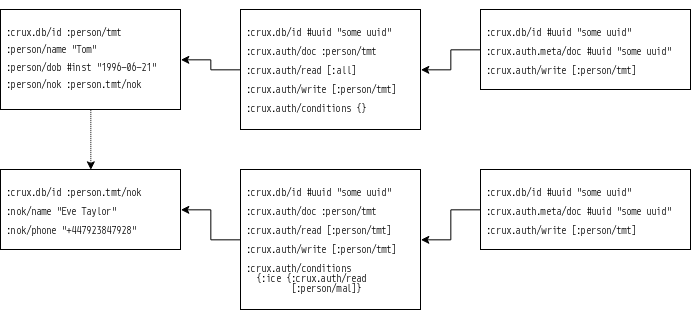
Before: crux-auth/resources/crux-auth.png, a diagram exported from draw.io (refset/xtdb). Source tidied: cells renumbered, new cells last; positions are measured from the earlier drawing's top-left corner, leaving out a move shared by most shapes. Source of this version:
```xml
<mxGraphModel>
  <root>
    <mxCell id="0" />
    <mxCell id="1" parent="0" />
    <mxCell id="2" style="edgeStyle=orthogonalEdgeStyle;rounded=0;jettySize=auto;html=1;exitX=0.5;exitY=1;exitDx=0;exitDy=0;entryX=0.5;entryY=0;entryDx=0;entryDy=0;dashed=1;dashPattern=1 1;" parent="1" edge="1" source="3" target="4">
      <mxGeometry relative="1" as="geometry" />
    </mxCell>
    <mxCell id="3" value="&lt;div style=&quot;font-size: 8px&quot;&gt;&lt;pre&gt;&lt;font style=&quot;font-size: 8px&quot;&gt;&lt;br&gt;&lt;br&gt;:crux.db/id :person/tmt&lt;/font&gt;&lt;/pre&gt;&lt;/div&gt;&lt;div style=&quot;font-size: 8px&quot;&gt;&lt;pre&gt;&lt;font style=&quot;font-size: 8px&quot;&gt;:person/name &quot;Tom&quot;&lt;/font&gt;&lt;/pre&gt;&lt;/div&gt;&lt;div style=&quot;font-size: 8px&quot;&gt;&lt;pre&gt;&lt;font style=&quot;font-size: 8px&quot;&gt;:person/dob #inst &quot;1996-06-21&quot;&lt;/font&gt;&lt;/pre&gt;&lt;/div&gt;&lt;div style=&quot;font-size: 8px&quot;&gt;&lt;pre&gt;&lt;font style=&quot;font-size: 8px&quot;&gt;:person/nok :person.tmt/nok&lt;/font&gt;&lt;/pre&gt;&lt;/div&gt;" style="text;html=1;spacing=5;spacingTop=-20;whiteSpace=wrap;overflow=hidden;rounded=0;strokeColor=#000000;fillColor=#ffffff;" parent="1" vertex="1">
      <mxGeometry width="180" height="100" as="geometry" />
    </mxCell>
    <mxCell id="4" value="&lt;div style=&quot;font-size: 8px&quot;&gt;&lt;pre&gt;&lt;font style=&quot;font-size: 8px&quot;&gt;&lt;br&gt;&lt;br&gt;:crux.db/id :person.tmt/nok&lt;br&gt;&lt;br&gt;:nok/name &quot;Eve Taylor&quot;&lt;br&gt;&lt;br&gt;:nok/phone &quot;+447923847928&quot;&lt;br&gt;&lt;/font&gt;&lt;/pre&gt;&lt;/div&gt;" style="text;html=1;spacing=5;spacingTop=-20;whiteSpace=wrap;overflow=hidden;rounded=0;strokeColor=#000000;fillColor=#ffffff;" parent="1" vertex="1">
      <mxGeometry y="160" width="180" height="80" as="geometry" />
    </mxCell>
    <mxCell id="5" style="edgeStyle=orthogonalEdgeStyle;rounded=0;jettySize=auto;html=1;exitX=0;exitY=0.5;exitDx=0;exitDy=0;entryX=1;entryY=0.5;entryDx=0;entryDy=0;" parent="1" edge="1" source="6" target="3">
      <mxGeometry relative="1" as="geometry" />
    </mxCell>
    <mxCell id="6" value="&lt;div style=&quot;font-size: 8px&quot;&gt;&lt;pre&gt;&lt;font style=&quot;font-size: 8px&quot;&gt;&lt;br&gt;&lt;br&gt;:crux.db/id #uuid &quot;some uuid&quot;&lt;br&gt;&lt;br&gt;:crux.auth/doc :person/tmt&lt;br&gt;&lt;br&gt;:crux.auth/read [:all]&lt;br&gt;&lt;br&gt;:crux.auth/write [:person/tmt]&lt;br&gt;&lt;br&gt;:crux.auth/conditions {}&lt;br&gt;&lt;/font&gt;&lt;/pre&gt;&lt;/div&gt;" style="text;html=1;spacing=5;spacingTop=-20;whiteSpace=wrap;overflow=hidden;rounded=0;strokeColor=#000000;fillColor=#ffffff;" parent="1" vertex="1">
      <mxGeometry x="240" width="180" height="120" as="geometry" />
    </mxCell>
    <mxCell id="7" style="edgeStyle=orthogonalEdgeStyle;rounded=0;jettySize=auto;html=1;exitX=0;exitY=0.5;exitDx=0;exitDy=0;entryX=1;entryY=0.5;entryDx=0;entryDy=0;" parent="1" edge="1" source="8" target="4">
      <mxGeometry relative="1" as="geometry" />
    </mxCell>
    <mxCell id="8" value="&lt;div style=&quot;font-size: 8px&quot;&gt;&lt;pre&gt;&lt;font style=&quot;font-size: 8px&quot;&gt;&lt;br&gt;&lt;br&gt;:crux.db/id #uuid &quot;some uuid&quot;&lt;br&gt;&lt;br&gt;:crux.auth/doc :person/tmt&lt;br&gt;&lt;br&gt;:crux.auth/read [:person/tmt]&lt;br&gt;&lt;br&gt;:crux.auth/write [:person/tmt]&lt;br&gt;&lt;br&gt;:crux.auth/conditions&lt;br&gt;  {:ice {:crux.auth/read&lt;br&gt;         [:person/mal]}&lt;br&gt;&lt;/font&gt;&lt;/pre&gt;&lt;/div&gt;" style="text;html=1;spacing=5;spacingTop=-20;whiteSpace=wrap;overflow=hidden;rounded=0;strokeColor=#000000;fillColor=#ffffff;" parent="1" vertex="1">
      <mxGeometry x="240" y="160" width="180" height="140" as="geometry" />
    </mxCell>
    <mxCell id="9" style="edgeStyle=orthogonalEdgeStyle;rounded=0;jettySize=auto;html=1;exitX=0;exitY=0.5;exitDx=0;exitDy=0;entryX=1;entryY=0.5;entryDx=0;entryDy=0;" parent="1" edge="1" source="10" target="6">
      <mxGeometry relative="1" as="geometry" />
    </mxCell>
    <mxCell id="10" value="&lt;div style=&quot;font-size: 8px&quot;&gt;&lt;pre&gt;&lt;font style=&quot;font-size: 8px&quot;&gt;&lt;br&gt;&lt;br&gt;:crux.db/id #uuid &quot;some uuid&quot;&lt;br&gt;&lt;br&gt;:crux.auth.meta/doc #uuid &quot;some uuid&quot;&lt;br&gt;&lt;br&gt;:crux.auth/write [:person/tmt]&lt;br&gt;&lt;/font&gt;&lt;/pre&gt;&lt;/div&gt;" style="text;html=1;spacing=5;spacingTop=-20;whiteSpace=wrap;overflow=hidden;rounded=0;strokeColor=#000000;fillColor=#ffffff;" parent="1" vertex="1">
      <mxGeometry x="480" width="210" height="80" as="geometry" />
    </mxCell>
    <mxCell id="11" style="edgeStyle=orthogonalEdgeStyle;rounded=0;jettySize=auto;html=1;exitX=0;exitY=0.5;exitDx=0;exitDy=0;entryX=1;entryY=0.5;entryDx=0;entryDy=0;" parent="1" edge="1" source="12" target="8">
      <mxGeometry relative="1" as="geometry" />
    </mxCell>
    <mxCell id="12" value="&lt;div style=&quot;font-size: 8px&quot;&gt;&lt;pre&gt;&lt;font style=&quot;font-size: 8px&quot;&gt;&lt;br&gt;&lt;br&gt;:crux.db/id #uuid &quot;some uuid&quot;&lt;br&gt;&lt;br&gt;:crux.auth.meta/doc #uuid &quot;some uuid&quot;&lt;br&gt;&lt;br&gt;:crux.auth/write [:person/tmt]&lt;br&gt;&lt;/font&gt;&lt;/pre&gt;&lt;/div&gt;" style="text;html=1;spacing=5;spacingTop=-20;whiteSpace=wrap;overflow=hidden;rounded=0;strokeColor=#000000;fillColor=#ffffff;" parent="1" vertex="1">
      <mxGeometry x="480" y="160" width="210" height="80" as="geometry" />
    </mxCell>
  </root>
</mxGraphModel>
```
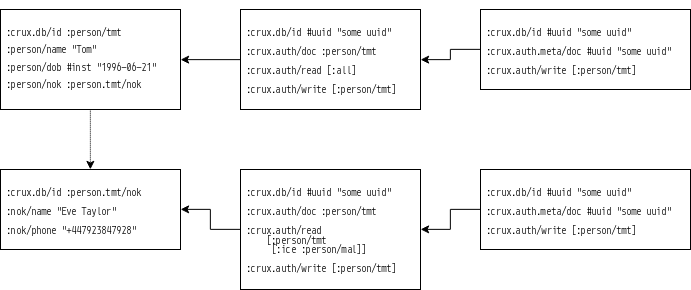
After the commit.

Commit message:
Correct ex structure fix querying with conditions

Change to the diagram source:
```diff
@@ -14,14 +14,14 @@
     <mxCell id="5" style="edgeStyle=orthogonalEdgeStyle;rounded=0;jettySize=auto;html=1;exitX=0;exitY=0.5;exitDx=0;exitDy=0;entryX=1;entryY=0.5;entryDx=0;entryDy=0;" parent="1" edge="1" source="6" target="3">
       <mxGeometry relative="1" as="geometry" />
     </mxCell>
-    <mxCell id="6" value="&lt;div style=&quot;font-size: 8px&quot;&gt;&lt;pre&gt;&lt;font style=&quot;font-size: 8px&quot;&gt;&lt;br&gt;&lt;br&gt;:crux.db/id #uuid &quot;some uuid&quot;&lt;br&gt;&lt;br&gt;:crux.auth/doc :person/tmt&lt;br&gt;&lt;br&gt;:crux.auth/read [:all]&lt;br&gt;&lt;br&gt;:crux.auth/write [:person/tmt]&lt;br&gt;&lt;br&gt;:crux.auth/conditions {}&lt;br&gt;&lt;/font&gt;&lt;/pre&gt;&lt;/div&gt;" style="text;html=1;spacing=5;spacingTop=-20;whiteSpace=wrap;overflow=hidden;rounded=0;strokeColor=#000000;fillColor=#ffffff;" parent="1" vertex="1">
-      <mxGeometry x="240" width="180" height="120" as="geometry" />
+    <mxCell id="6" value="&lt;div style=&quot;font-size: 8px&quot;&gt;&lt;pre&gt;&lt;font style=&quot;font-size: 8px&quot;&gt;&lt;br&gt;&lt;br&gt;:crux.db/id #uuid &quot;some uuid&quot;&lt;br&gt;&lt;br&gt;:crux.auth/doc :person/tmt&lt;br&gt;&lt;br&gt;:crux.auth/read [:all]&lt;br&gt;&lt;br&gt;:crux.auth/write [:person/tmt]&lt;br&gt;&lt;/font&gt;&lt;/pre&gt;&lt;/div&gt;" style="text;html=1;spacing=5;spacingTop=-20;whiteSpace=wrap;overflow=hidden;rounded=0;strokeColor=#000000;fillColor=#ffffff;" parent="1" vertex="1">
+      <mxGeometry x="240" width="180" height="100" as="geometry" />
     </mxCell>
     <mxCell id="7" style="edgeStyle=orthogonalEdgeStyle;rounded=0;jettySize=auto;html=1;exitX=0;exitY=0.5;exitDx=0;exitDy=0;entryX=1;entryY=0.5;entryDx=0;entryDy=0;" parent="1" edge="1" source="8" target="4">
       <mxGeometry relative="1" as="geometry" />
     </mxCell>
-    <mxCell id="8" value="&lt;div style=&quot;font-size: 8px&quot;&gt;&lt;pre&gt;&lt;font style=&quot;font-size: 8px&quot;&gt;&lt;br&gt;&lt;br&gt;:crux.db/id #uuid &quot;some uuid&quot;&lt;br&gt;&lt;br&gt;:crux.auth/doc :person/tmt&lt;br&gt;&lt;br&gt;:crux.auth/read [:person/tmt]&lt;br&gt;&lt;br&gt;:crux.auth/write [:person/tmt]&lt;br&gt;&lt;br&gt;:crux.auth/conditions&lt;br&gt;  {:ice {:crux.auth/read&lt;br&gt;         [:person/mal]}&lt;br&gt;&lt;/font&gt;&lt;/pre&gt;&lt;/div&gt;" style="text;html=1;spacing=5;spacingTop=-20;whiteSpace=wrap;overflow=hidden;rounded=0;strokeColor=#000000;fillColor=#ffffff;" parent="1" vertex="1">
-      <mxGeometry x="240" y="160" width="180" height="140" as="geometry" />
+    <mxCell id="8" value="&lt;div style=&quot;font-size: 8px&quot;&gt;&lt;pre&gt;&lt;font style=&quot;font-size: 8px&quot;&gt;&lt;br&gt;&lt;br&gt;:crux.db/id #uuid &quot;some uuid&quot;&lt;br&gt;&lt;br&gt;:crux.auth/doc :person/tmt&lt;br&gt;&lt;br&gt;:crux.auth/read&lt;br&gt;    [:person/tmt&lt;br&gt;     [:ice :person/mal]]&lt;br&gt;&lt;br&gt;:crux.auth/write [:person/tmt]&lt;br&gt;&lt;/font&gt;&lt;/pre&gt;&lt;/div&gt;" style="text;html=1;spacing=5;spacingTop=-20;whiteSpace=wrap;overflow=hidden;rounded=0;strokeColor=#000000;fillColor=#ffffff;" parent="1" vertex="1">
+      <mxGeometry x="240" y="160" width="180" height="120" as="geometry" />
     </mxCell>
     <mxCell id="9" style="edgeStyle=orthogonalEdgeStyle;rounded=0;jettySize=auto;html=1;exitX=0;exitY=0.5;exitDx=0;exitDy=0;entryX=1;entryY=0.5;entryDx=0;entryDy=0;" parent="1" edge="1" source="10" target="6">
       <mxGeometry relative="1" as="geometry" />
```
